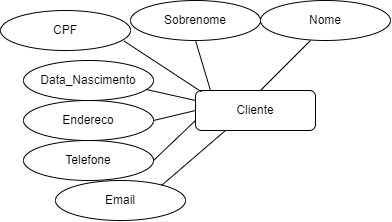
Before: Mapa_BD1.drawio.png, a diagram exported from draw.io (Kelly-Prone/diagramas). Source tidied: cells renumbered, new cells last; positions are measured from the earlier drawing's top-left corner, leaving out a move shared by most shapes.
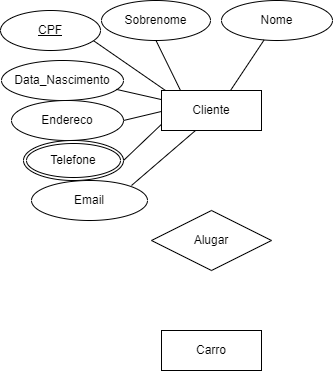
The same diagram one commit later.

Diff of the diagram source:
```diff
@@ -2,61 +2,74 @@
   <root>
     <mxCell id="0" />
     <mxCell id="1" parent="0" />
-    <mxCell id="2" value="Cliente" style="rounded=1;whiteSpace=wrap;html=1;fontSize=12;glass=0;strokeWidth=1;shadow=0;" parent="1" vertex="1">
-      <mxGeometry x="195" y="90" width="120" height="40" as="geometry" />
-    </mxCell>
-    <mxCell id="3" value="CPF" style="ellipse;whiteSpace=wrap;html=1;" parent="1" vertex="1">
-      <mxGeometry y="10" width="130" height="40" as="geometry" />
-    </mxCell>
-    <mxCell id="4" value="Sobrenome" style="ellipse;whiteSpace=wrap;html=1;" parent="1" vertex="1">
-      <mxGeometry x="130" width="130" height="40" as="geometry" />
+    <mxCell id="4" value="Sobrenome" style="ellipse;whiteSpace=wrap;html=1;labelBackgroundColor=none;rounded=0;" parent="1" vertex="1">
+      <mxGeometry x="131" width="109" height="40" as="geometry" />
     </mxCell>
-    <mxCell id="5" value="Data_Nascimento" style="ellipse;whiteSpace=wrap;html=1;" parent="1" vertex="1">
-      <mxGeometry x="23" y="60" width="130" height="40" as="geometry" />
+    <mxCell id="5" value="Data_Nascimento" style="ellipse;whiteSpace=wrap;html=1;labelBackgroundColor=none;rounded=0;" parent="1" vertex="1">
+      <mxGeometry x="31" y="60" width="122" height="40" as="geometry" />
     </mxCell>
-    <mxCell id="6" value="Endereco" style="ellipse;whiteSpace=wrap;html=1;" parent="1" vertex="1">
-      <mxGeometry x="23" y="100" width="130" height="40" as="geometry" />
+    <mxCell id="6" value="Endereco" style="ellipse;whiteSpace=wrap;html=1;labelBackgroundColor=none;rounded=0;" parent="1" vertex="1">
+      <mxGeometry x="41" y="100" width="112" height="40" as="geometry" />
     </mxCell>
-    <mxCell id="7" value="Nome" style="ellipse;whiteSpace=wrap;html=1;" parent="1" vertex="1">
-      <mxGeometry x="260" width="130" height="40" as="geometry" />
+    <mxCell id="7" value="Nome" style="ellipse;whiteSpace=wrap;html=1;labelBackgroundColor=none;rounded=0;" parent="1" vertex="1">
+      <mxGeometry x="251" width="111" height="40" as="geometry" />
     </mxCell>
-    <mxCell id="8" value="Telefone" style="ellipse;whiteSpace=wrap;html=1;" parent="1" vertex="1">
-      <mxGeometry x="23" y="140" width="130" height="40" as="geometry" />
-    </mxCell>
-    <mxCell id="9" value="Email" style="ellipse;whiteSpace=wrap;html=1;" parent="1" vertex="1">
-      <mxGeometry x="55" y="180" width="130" height="40" as="geometry" />
+    <mxCell id="9" value="Email" style="ellipse;whiteSpace=wrap;html=1;labelBackgroundColor=none;rounded=0;" parent="1" vertex="1">
+      <mxGeometry x="61" y="180" width="116" height="40" as="geometry" />
     </mxCell>
-    <mxCell id="10" style="endArrow=none;html=1;rounded=0;" parent="1" edge="1">
+    <mxCell id="10" style="endArrow=none;html=1;rounded=0;labelBackgroundColor=none;fontColor=default;" parent="1" edge="1" target="7">
       <mxGeometry relative="1" as="geometry">
         <mxPoint x="260" y="90" as="sourcePoint" />
-        <mxPoint x="310" y="40" as="targetPoint" />
       </mxGeometry>
     </mxCell>
-    <mxCell id="11" style="endArrow=none;html=1;rounded=0;entryX=0.5;entryY=1;entryDx=0;entryDy=0;" parent="1" edge="1" target="4">
+    <mxCell id="11" style="endArrow=none;html=1;rounded=0;entryX=0.5;entryY=1;entryDx=0;entryDy=0;labelBackgroundColor=none;fontColor=default;" parent="1" edge="1" target="4">
       <mxGeometry relative="1" as="geometry">
         <mxPoint x="210" y="90" as="sourcePoint" />
       </mxGeometry>
     </mxCell>
-    <mxCell id="12" style="endArrow=none;html=1;rounded=0;entryX=0.25;entryY=1;entryDx=0;entryDy=0;" parent="1" edge="1" target="2">
+    <mxCell id="12" style="endArrow=none;html=1;rounded=0;entryX=0.25;entryY=1;entryDx=0;entryDy=0;labelBackgroundColor=none;fontColor=default;" parent="1" edge="1">
       <mxGeometry relative="1" as="geometry">
         <mxPoint x="161" y="185" as="sourcePoint" />
+        <mxPoint x="225" y="130" as="targetPoint" />
       </mxGeometry>
     </mxCell>
-    <mxCell id="13" style="endArrow=none;html=1;rounded=0;entryX=0;entryY=0.75;entryDx=0;entryDy=0;" parent="1" edge="1" target="2">
+    <mxCell id="13" style="endArrow=none;html=1;rounded=0;labelBackgroundColor=none;fontColor=default;entryX=0;entryY=0.75;entryDx=0;entryDy=0;" parent="1" edge="1">
       <mxGeometry relative="1" as="geometry">
         <mxPoint x="153" y="160" as="sourcePoint" />
+        <mxPoint x="195" y="120" as="targetPoint" />
       </mxGeometry>
     </mxCell>
-    <mxCell id="14" style="endArrow=none;html=1;rounded=0;entryX=0.95;entryY=0.763;entryDx=0;entryDy=0;entryPerimeter=0;exitX=0.05;exitY=0.033;exitDx=0;exitDy=0;exitPerimeter=0;" parent="1" edge="1" source="2" target="3">
-      <mxGeometry relative="1" as="geometry" />
+    <mxCell id="14" style="endArrow=none;html=1;rounded=0;entryX=0.95;entryY=0.763;entryDx=0;entryDy=0;entryPerimeter=0;labelBackgroundColor=none;fontColor=default;exitX=0;exitY=0;exitDx=0;exitDy=0;" parent="1" edge="1">
+      <mxGeometry relative="1" as="geometry">
+        <mxPoint x="195" y="90" as="sourcePoint" />
+        <mxPoint x="123.5" y="40.5" as="targetPoint" />
+      </mxGeometry>
     </mxCell>
-    <mxCell id="15" style="endArrow=none;html=1;rounded=0;entryX=0;entryY=0.5;entryDx=0;entryDy=0;" parent="1" edge="1" target="2">
+    <mxCell id="15" style="endArrow=none;html=1;rounded=0;entryX=0;entryY=0.5;entryDx=0;entryDy=0;labelBackgroundColor=none;fontColor=default;" parent="1" edge="1">
       <mxGeometry relative="1" as="geometry">
         <mxPoint x="153" y="120" as="sourcePoint" />
+        <mxPoint x="195" y="110" as="targetPoint" />
       </mxGeometry>
     </mxCell>
-    <mxCell id="16" style="endArrow=none;html=1;rounded=0;entryX=0;entryY=0.25;entryDx=0;entryDy=0;exitX=0.94;exitY=0.721;exitDx=0;exitDy=0;exitPerimeter=0;" parent="1" edge="1" source="5" target="2">
-      <mxGeometry relative="1" as="geometry" />
+    <mxCell id="16" style="endArrow=none;html=1;rounded=0;entryX=0;entryY=0.25;entryDx=0;entryDy=0;exitX=0.94;exitY=0.721;exitDx=0;exitDy=0;exitPerimeter=0;labelBackgroundColor=none;fontColor=default;" parent="1" edge="1" source="5">
+      <mxGeometry relative="1" as="geometry">
+        <mxPoint x="195" y="100" as="targetPoint" />
+      </mxGeometry>
     </mxCell>
+    <mxCell id="2" value="Cliente" style="whiteSpace=wrap;html=1;align=center;" parent="1" vertex="1">
+      <mxGeometry x="191" y="90" width="100" height="40" as="geometry" />
+    </mxCell>
+    <mxCell id="17" value="Carro" style="whiteSpace=wrap;html=1;align=center;" parent="1" vertex="1">
+      <mxGeometry x="191" y="330" width="100" height="40" as="geometry" />
+    </mxCell>
+    <mxCell id="8" value="Telefone" style="ellipse;shape=doubleEllipse;margin=3;whiteSpace=wrap;html=1;align=center;" parent="1" vertex="1">
+      <mxGeometry x="53" y="140" width="100" height="40" as="geometry" />
+    </mxCell>
+    <mxCell id="3" value="CPF" style="ellipse;whiteSpace=wrap;html=1;align=center;fontStyle=4;" parent="1" vertex="1">
+      <mxGeometry x="30" y="10" width="100" height="40" as="geometry" />
+    </mxCell>
+    <mxCell id="18" value="Alugar" style="shape=rhombus;perimeter=rhombusPerimeter;whiteSpace=wrap;html=1;align=center;" parent="1" vertex="1">
+      <mxGeometry x="181" y="210" width="120" height="60" as="geometry" />
+    </mxCell>
   </root>
 </mxGraphModel>
```
